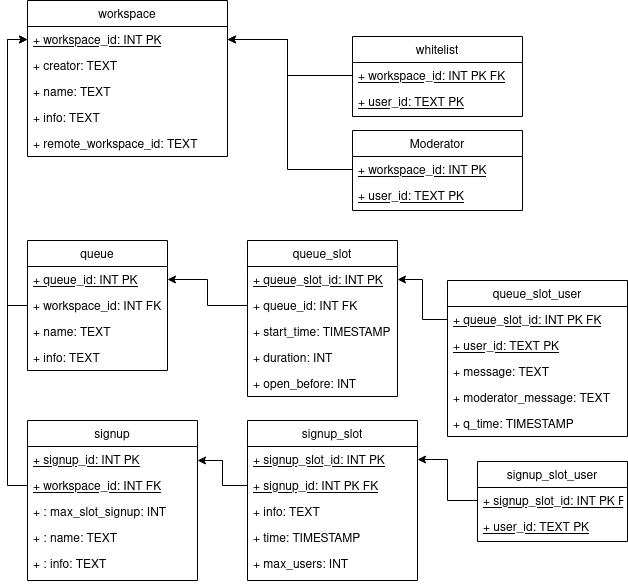
Before: util/database_diagram.png, a diagram exported from draw.io (KlasafGeijerstam/Tosca). Source tidied: cells renumbered, new cells last; positions are measured from the earlier drawing's top-left corner, leaving out a move shared by most shapes.
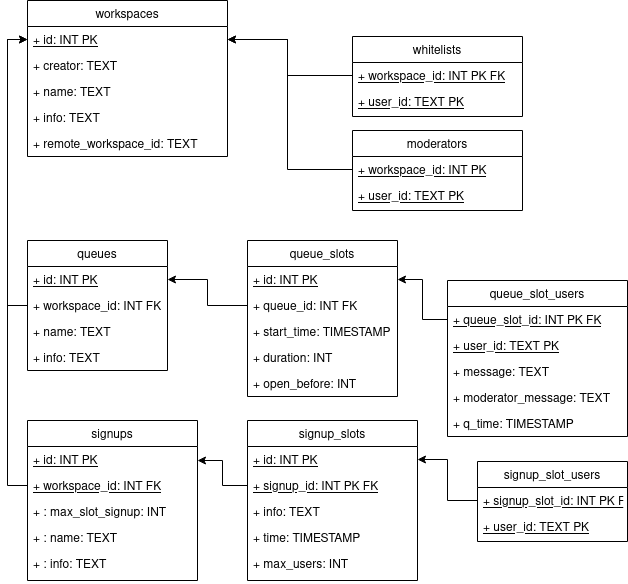
Later version of the same file.

Commit message:
Updated diagram to match actual tables

What changed in the source:
```diff
@@ -2,7 +2,7 @@
   <root>
     <mxCell id="0" />
     <mxCell id="1" parent="0" />
-    <mxCell id="2" value="Moderator" style="swimlane;fontStyle=0;horizontal=1;startSize=26;fillColor=none;" parent="1" vertex="1">
+    <mxCell id="2" value="moderators" style="swimlane;fontStyle=0;horizontal=1;startSize=26;fillColor=none;" parent="1" vertex="1">
       <mxGeometry x="325" y="130" width="170" height="80" as="geometry" />
     </mxCell>
     <mxCell id="3" value="+ workspace_id: INT PK" style="text;strokeColor=none;fillColor=none;align=left;verticalAlign=top;spacingLeft=4;spacingRight=4;overflow=hidden;fontStyle=4;" parent="2" vertex="1">
@@ -11,7 +11,7 @@
     <mxCell id="4" value="+ user_id: TEXT PK" style="text;strokeColor=none;fillColor=none;align=left;verticalAlign=top;spacingLeft=4;spacingRight=4;overflow=hidden;fontStyle=4;" parent="2" vertex="1">
       <mxGeometry y="52" width="170" height="28" as="geometry" />
     </mxCell>
-    <mxCell id="5" value="signup_slot_user" style="swimlane;fontStyle=0;horizontal=1;startSize=26;fillColor=none;" parent="1" vertex="1">
+    <mxCell id="5" value="signup_slot_users" style="swimlane;fontStyle=0;horizontal=1;startSize=26;fillColor=none;" parent="1" vertex="1">
       <mxGeometry x="450" y="461" width="150" height="80" as="geometry" />
     </mxCell>
     <mxCell id="6" value="+ signup_slot_id: INT PK FK" style="text;strokeColor=none;fillColor=none;align=left;verticalAlign=top;spacingLeft=4;spacingRight=4;overflow=hidden;points=[[0,0.5],[1,0.5]];portConstraint=eastwest;fontStyle=4;" parent="5" vertex="1">
@@ -20,7 +20,7 @@
     <mxCell id="7" value="+ user_id: TEXT PK" style="text;strokeColor=none;fillColor=none;align=left;verticalAlign=top;spacingLeft=4;spacingRight=4;overflow=hidden;fontStyle=4;" parent="5" vertex="1">
       <mxGeometry y="52" width="150" height="28" as="geometry" />
     </mxCell>
-    <mxCell id="8" value="whitelist" style="swimlane;fontStyle=0;horizontal=1;startSize=26;fillColor=none;" parent="1" vertex="1">
+    <mxCell id="8" value="whitelists" style="swimlane;fontStyle=0;horizontal=1;startSize=26;fillColor=none;" parent="1" vertex="1">
       <mxGeometry x="325" y="36" width="170" height="80" as="geometry" />
     </mxCell>
     <mxCell id="9" value="+ workspace_id: INT PK FK" style="text;strokeColor=none;fillColor=none;align=left;verticalAlign=top;spacingLeft=4;spacingRight=4;overflow=hidden;points=[[0,0.5],[1,0.5]];portConstraint=eastwest;fontStyle=4;" parent="8" vertex="1">
@@ -29,10 +29,10 @@
     <mxCell id="10" value="+ user_id: TEXT PK" style="text;strokeColor=none;fillColor=none;align=left;verticalAlign=top;spacingLeft=4;spacingRight=4;overflow=hidden;fontStyle=4;" parent="8" vertex="1">
       <mxGeometry y="52" width="170" height="28" as="geometry" />
     </mxCell>
-    <mxCell id="11" value="workspace" style="swimlane;fontStyle=0;horizontal=1;startSize=26;fillColor=none;" parent="1" vertex="1">
+    <mxCell id="11" value="workspaces" style="swimlane;fontStyle=0;horizontal=1;startSize=26;fillColor=none;" parent="1" vertex="1">
       <mxGeometry width="200" height="156" as="geometry" />
     </mxCell>
-    <mxCell id="12" value="+ workspace_id: INT PK" style="text;strokeColor=none;fillColor=none;align=left;verticalAlign=top;spacingLeft=4;spacingRight=4;overflow=hidden;points=[[0,0.5],[1,0.5]];portConstraint=eastwest;fontStyle=4;" parent="11" vertex="1">
+    <mxCell id="12" value="+ id: INT PK" style="text;strokeColor=none;fillColor=none;align=left;verticalAlign=top;spacingLeft=4;spacingRight=4;overflow=hidden;points=[[0,0.5],[1,0.5]];portConstraint=eastwest;fontStyle=4;" parent="11" vertex="1">
       <mxGeometry y="26" width="200" height="26" as="geometry" />
     </mxCell>
     <mxCell id="13" value="+ creator: TEXT" style="text;strokeColor=none;fillColor=none;align=left;verticalAlign=top;spacingLeft=4;spacingRight=4;overflow=hidden;" parent="11" vertex="1">
@@ -47,10 +47,10 @@
     <mxCell id="16" value="+ remote_workspace_id: TEXT" style="text;strokeColor=none;fillColor=none;align=left;verticalAlign=top;spacingLeft=4;spacingRight=4;overflow=hidden;" parent="11" vertex="1">
       <mxGeometry y="130" width="200" height="26" as="geometry" />
     </mxCell>
-    <mxCell id="17" value="signup" style="swimlane;fontStyle=0;horizontal=1;startSize=26;fillColor=none;" parent="1" vertex="1">
+    <mxCell id="17" value="signups" style="swimlane;fontStyle=0;horizontal=1;startSize=26;fillColor=none;" parent="1" vertex="1">
       <mxGeometry y="420" width="170" height="160" as="geometry" />
     </mxCell>
-    <mxCell id="18" value="+ signup_id: INT PK" style="text;strokeColor=none;fillColor=none;align=left;verticalAlign=top;spacingLeft=4;spacingRight=4;overflow=hidden;fontStyle=4;" parent="17" vertex="1">
+    <mxCell id="18" value="+ id: INT PK" style="text;strokeColor=none;fillColor=none;align=left;verticalAlign=top;spacingLeft=4;spacingRight=4;overflow=hidden;fontStyle=4;" parent="17" vertex="1">
       <mxGeometry y="26" width="170" height="26" as="geometry" />
     </mxCell>
     <mxCell id="19" value="+ workspace_id: INT FK" style="text;strokeColor=none;fillColor=none;align=left;verticalAlign=top;spacingLeft=4;spacingRight=4;overflow=hidden;points=[[0,0.5],[1,0.5]];portConstraint=eastwest;fontStyle=4;" parent="17" vertex="1">
@@ -65,10 +65,10 @@
     <mxCell id="22" value="+ : info: TEXT&#10;&#10;&#10;" style="text;strokeColor=none;fillColor=none;align=left;verticalAlign=top;spacingLeft=4;spacingRight=4;overflow=hidden;" parent="17" vertex="1">
       <mxGeometry y="130" width="170" height="30" as="geometry" />
     </mxCell>
-    <mxCell id="23" value="signup_slot" style="swimlane;fontStyle=0;horizontal=1;startSize=26;fillColor=none;" parent="1" vertex="1">
+    <mxCell id="23" value="signup_slots" style="swimlane;fontStyle=0;horizontal=1;startSize=26;fillColor=none;" parent="1" vertex="1">
       <mxGeometry x="220" y="420" width="170" height="160" as="geometry" />
     </mxCell>
-    <mxCell id="24" value="+ signup_slot_id: INT PK" style="text;strokeColor=none;fillColor=none;align=left;verticalAlign=top;spacingLeft=4;spacingRight=4;overflow=hidden;points=[[0,0.5],[1,0.5]];portConstraint=eastwest;fontStyle=4;" parent="23" vertex="1">
+    <mxCell id="24" value="+ id: INT PK" style="text;strokeColor=none;fillColor=none;align=left;verticalAlign=top;spacingLeft=4;spacingRight=4;overflow=hidden;points=[[0,0.5],[1,0.5]];portConstraint=eastwest;fontStyle=4;" parent="23" vertex="1">
       <mxGeometry y="26" width="170" height="26" as="geometry" />
     </mxCell>
     <mxCell id="25" value="+ signup_id: INT PK FK" style="text;strokeColor=none;fillColor=none;align=left;verticalAlign=top;spacingLeft=4;spacingRight=4;overflow=hidden;points=[[0,0.5],[1,0.5]];portConstraint=eastwest;fontStyle=4;" parent="23" vertex="1">
@@ -83,10 +83,10 @@
     <mxCell id="28" value="+ max_users: INT" style="text;strokeColor=none;fillColor=none;align=left;verticalAlign=top;spacingLeft=4;spacingRight=4;overflow=hidden;" parent="23" vertex="1">
       <mxGeometry y="130" width="170" height="30" as="geometry" />
     </mxCell>
-    <mxCell id="29" value="queue" style="swimlane;fontStyle=0;horizontal=1;startSize=26;fillColor=none;" parent="1" vertex="1">
+    <mxCell id="29" value="queues" style="swimlane;fontStyle=0;horizontal=1;startSize=26;fillColor=none;" parent="1" vertex="1">
       <mxGeometry y="240" width="140" height="130" as="geometry" />
     </mxCell>
-    <mxCell id="30" value="+ queue_id: INT PK" style="text;strokeColor=none;fillColor=none;align=left;verticalAlign=top;spacingLeft=4;spacingRight=4;overflow=hidden;points=[[0,0.5],[1,0.5]];portConstraint=eastwest;fontStyle=4;" parent="29" vertex="1">
+    <mxCell id="30" value="+ id: INT PK" style="text;strokeColor=none;fillColor=none;align=left;verticalAlign=top;spacingLeft=4;spacingRight=4;overflow=hidden;points=[[0,0.5],[1,0.5]];portConstraint=eastwest;fontStyle=4;" parent="29" vertex="1">
       <mxGeometry y="26" width="140" height="26" as="geometry" />
     </mxCell>
     <mxCell id="31" value="+ workspace_id: INT FK" style="text;strokeColor=none;fillColor=none;align=left;verticalAlign=top;spacingLeft=4;spacingRight=4;overflow=hidden;points=[[0,0.5],[1,0.5]];portConstraint=eastwest;fontStyle=0;" parent="29" vertex="1">
@@ -98,10 +98,10 @@
     <mxCell id="33" value="+ info: TEXT" style="text;strokeColor=none;fillColor=none;align=left;verticalAlign=top;spacingLeft=4;spacingRight=4;overflow=hidden;" parent="29" vertex="1">
       <mxGeometry y="104" width="140" height="26" as="geometry" />
     </mxCell>
-    <mxCell id="34" value="queue_slot" style="swimlane;fontStyle=0;horizontal=1;startSize=26;fillColor=none;" parent="1" vertex="1">
+    <mxCell id="34" value="queue_slots" style="swimlane;fontStyle=0;horizontal=1;startSize=26;fillColor=none;" parent="1" vertex="1">
       <mxGeometry x="220" y="240" width="150" height="156" as="geometry" />
     </mxCell>
-    <mxCell id="35" value="+ queue_slot_id: INT PK" style="text;strokeColor=none;fillColor=none;align=left;verticalAlign=top;spacingLeft=4;spacingRight=4;overflow=hidden;points=[[0,0.5],[1,0.5]];portConstraint=eastwest;fontStyle=4;" parent="34" vertex="1">
+    <mxCell id="35" value="+ id: INT PK" style="text;strokeColor=none;fillColor=none;align=left;verticalAlign=top;spacingLeft=4;spacingRight=4;overflow=hidden;points=[[0,0.5],[1,0.5]];portConstraint=eastwest;fontStyle=4;" parent="34" vertex="1">
       <mxGeometry y="26" width="150" height="26" as="geometry" />
     </mxCell>
     <mxCell id="36" value="+ queue_id: INT FK" style="text;strokeColor=none;fillColor=none;align=left;verticalAlign=top;spacingLeft=4;spacingRight=4;overflow=hidden;points=[[0,0.5],[1,0.5]];portConstraint=eastwest;" parent="34" vertex="1">
@@ -116,7 +116,7 @@
     <mxCell id="39" value="+ open_before: INT" style="text;strokeColor=none;fillColor=none;align=left;verticalAlign=top;spacingLeft=4;spacingRight=4;overflow=hidden;" parent="34" vertex="1">
       <mxGeometry y="130" width="150" height="26" as="geometry" />
     </mxCell>
-    <mxCell id="40" value="queue_slot_user" style="swimlane;fontStyle=0;horizontal=1;startSize=26;fillColor=none;" parent="1" vertex="1">
+    <mxCell id="40" value="queue_slot_users" style="swimlane;fontStyle=0;horizontal=1;startSize=26;fillColor=none;" parent="1" vertex="1">
       <mxGeometry x="420" y="280" width="180" height="156" as="geometry" />
     </mxCell>
     <mxCell id="41" value="+ queue_slot_id: INT PK FK" style="text;strokeColor=none;fillColor=none;align=left;verticalAlign=top;spacingLeft=4;spacingRight=4;overflow=hidden;points=[[0,0.5],[1,0.5]];portConstraint=eastwest;fontStyle=4;" parent="40" vertex="1">
```
